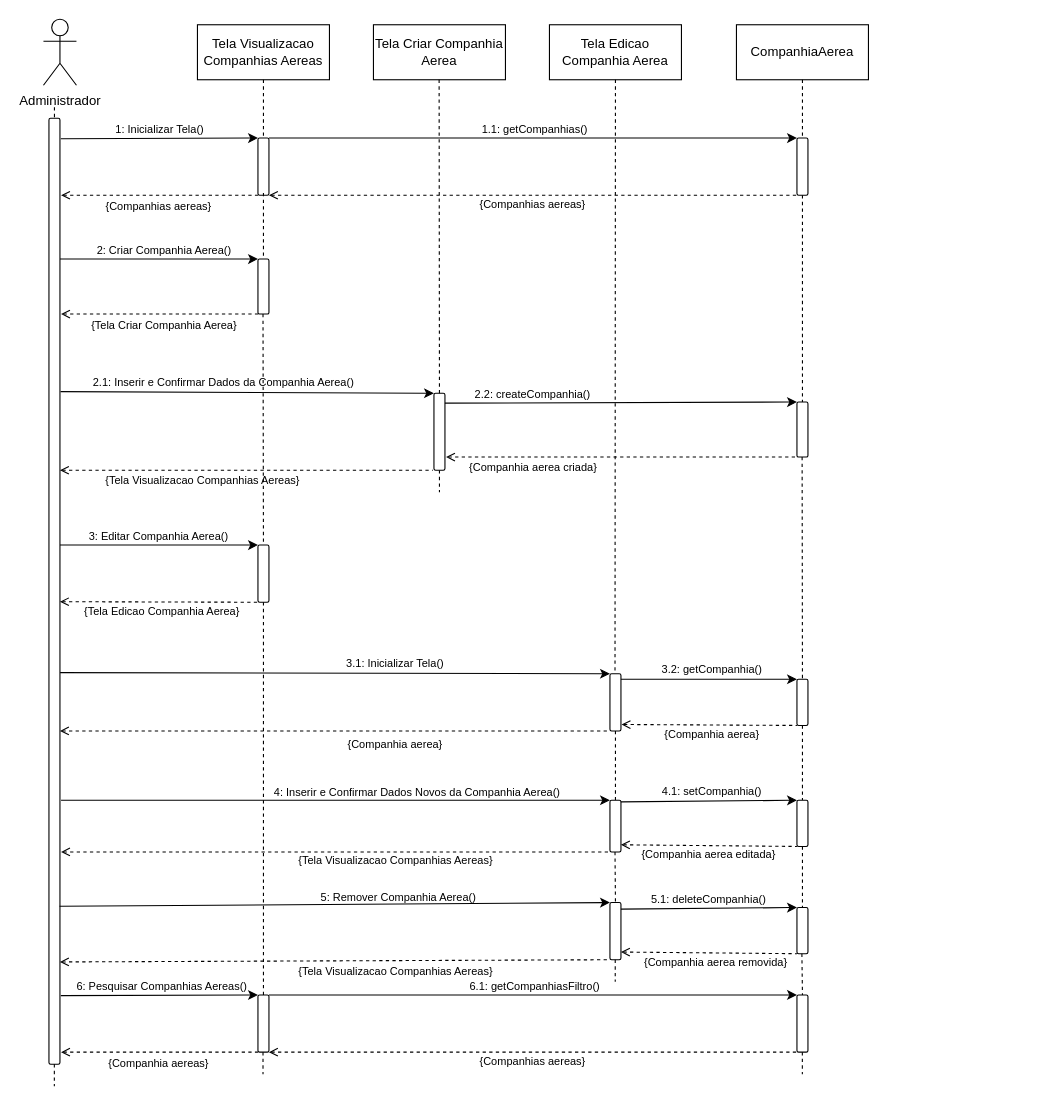
GabrielGMori/trabalho-conclus-o-ano keeps this draw.io diagram as Diagramas/Eng_de_Software/Modelos/Sequencia/Manter_Companhias_Aereas.drawio. Above is the earlier version. Source tidied: cells renumbered, new cells numbered last; positions are measured from the earlier drawing's top-left corner, leaving out a move shared by most shapes. Both pictures are drawn from the tidied source at 110%, with x=0, y=0 at pixel (43, 19).
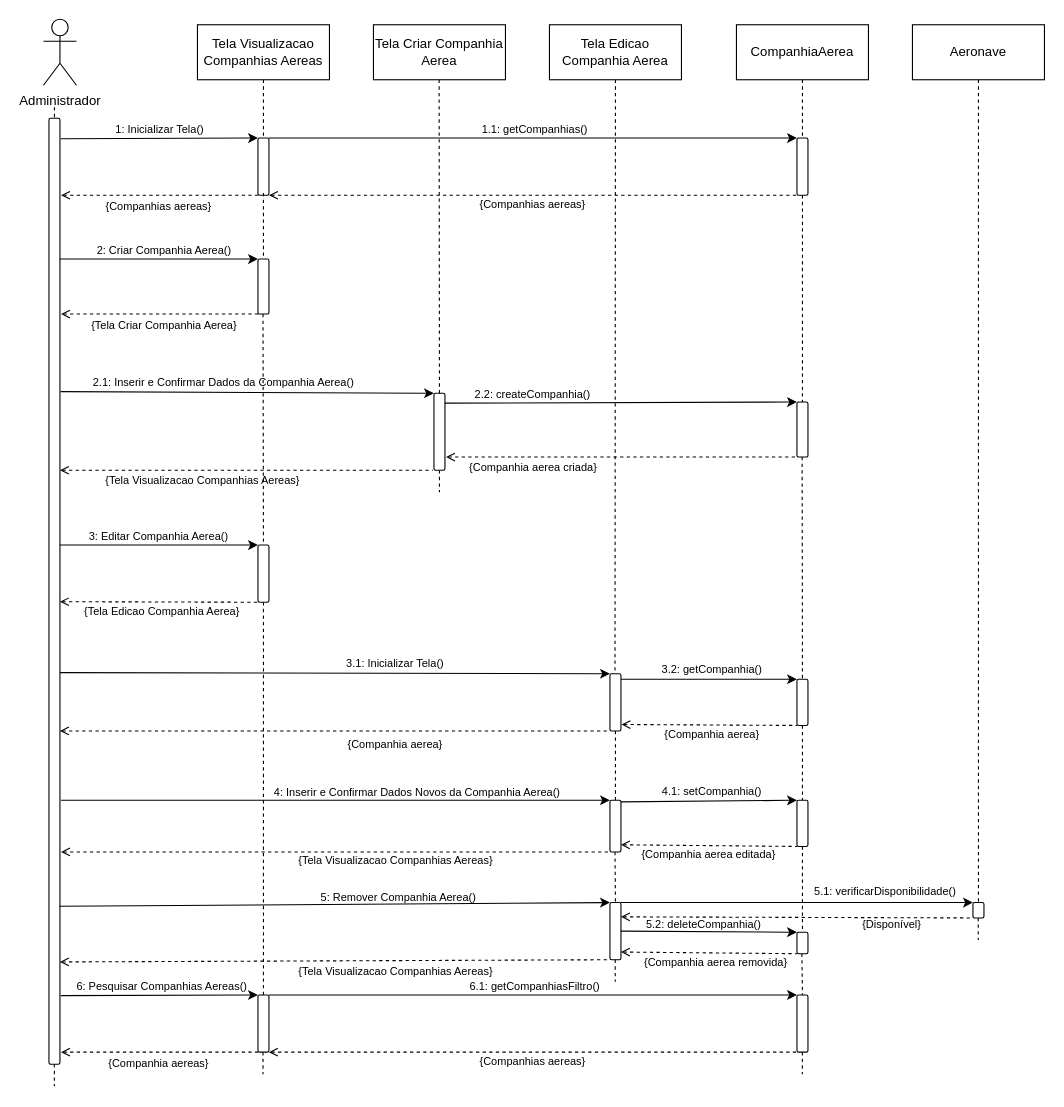
Above is the later version.

The change refers to these unchanged cells:
```xml
<mxCell id="64" style="rounded=1;whiteSpace=wrap;html=1;" parent="1" vertex="1">
  <mxGeometry x="515" y="803" width="10" height="52" as="geometry" />
</mxCell>
```

Diff of the diagram source:
```diff
@@
     <mxCell id="68" style="rounded=1;whiteSpace=wrap;html=1;" parent="1" vertex="1">
-      <mxGeometry x="685" y="807.5" width="10" height="42" as="geometry" />
+      <mxGeometry x="685" y="830" width="10" height="19.5" as="geometry" />
     </mxCell>
-    <mxCell id="69" value="&lt;font&gt;5.1: delete&lt;/font&gt;Companhia&lt;font&gt;()&lt;/font&gt;" style="text;html=1;align=center;verticalAlign=middle;whiteSpace=wrap;rounded=0;fontSize=10;" parent="1" vertex="1">
-      <mxGeometry x="525" y="789.5" width="160" height="20" as="geometry" />
+    <mxCell id="69" value="&lt;font&gt;5.2: delete&lt;/font&gt;Companhia&lt;font&gt;()&lt;/font&gt;" style="text;html=1;align=center;verticalAlign=middle;whiteSpace=wrap;rounded=0;fontSize=10;" parent="1" vertex="1">
+      <mxGeometry x="543" y="813" width="115" height="20" as="geometry" />
     </mxCell>
-    <mxCell id="70" style="endArrow=classic;html=1;rounded=0;exitX=1;exitY=0;exitDx=0;exitDy=0;entryX=0;entryY=0;entryDx=0;entryDy=0;" parent="1" edge="1" target="68">
-      <mxGeometry relative="1" as="geometry">
-        <mxPoint x="525" y="809" as="sourcePoint" />
-      </mxGeometry>
+    <mxCell id="70" style="endArrow=classic;html=1;rounded=0;exitX=1;exitY=0.5;exitDx=0;exitDy=0;entryX=0;entryY=0;entryDx=0;entryDy=0;" parent="1" edge="1" source="64" target="68">
+      <mxGeometry relative="1" as="geometry" />
     </mxCell>
@@
+    <mxCell id="99" value="Aeronave" style="rounded=0;whiteSpace=wrap;html=1;" parent="1" vertex="1">
+      <mxGeometry x="790" y="5" width="120" height="50" as="geometry" />
+    </mxCell>
+    <mxCell id="100" style="endArrow=none;dashed=1;html=1;rounded=0;exitX=0.5;exitY=1;exitDx=0;exitDy=0;entryX=0.5;entryY=0;entryDx=0;entryDy=0;" parent="1" edge="1" source="99" target="101">
+      <mxGeometry relative="1" as="geometry" />
+    </mxCell>
+    <mxCell id="101" style="rounded=1;whiteSpace=wrap;html=1;" parent="1" vertex="1">
+      <mxGeometry x="845" y="803" width="10" height="14" as="geometry" />
+    </mxCell>
+    <mxCell id="102" style="endArrow=classic;html=1;rounded=0;exitX=1;exitY=0;exitDx=0;exitDy=0;entryX=0;entryY=0;entryDx=0;entryDy=0;" parent="1" edge="1" source="64" target="101">
+      <mxGeometry relative="1" as="geometry" />
+    </mxCell>
+    <mxCell id="103" style="endArrow=none;html=1;rounded=0;entryX=0;entryY=1;entryDx=0;entryDy=0;dashed=1;endFill=0;startArrow=open;startFill=0;exitX=1;exitY=0.25;exitDx=0;exitDy=0;" parent="1" edge="1" source="64" target="101">
+      <mxGeometry relative="1" as="geometry" />
+    </mxCell>
+    <mxCell id="104" value="{Disponível}" style="text;html=1;align=center;verticalAlign=middle;whiteSpace=wrap;rounded=0;fontSize=10;" parent="1" vertex="1">
+      <mxGeometry x="698" y="813" width="147" height="20" as="geometry" />
+    </mxCell>
+    <mxCell id="105" value="&lt;font&gt;5.1: verificarDisponibilidade&lt;/font&gt;&lt;font&gt;()&lt;/font&gt;" style="text;html=1;align=center;verticalAlign=middle;whiteSpace=wrap;rounded=0;fontSize=10;" parent="1" vertex="1">
+      <mxGeometry x="696" y="783" width="139" height="20" as="geometry" />
+    </mxCell>
+    <mxCell id="106" style="endArrow=none;dashed=1;html=1;rounded=0;exitX=0.5;exitY=1;exitDx=0;exitDy=0;" parent="1" edge="1">
+      <mxGeometry relative="1" as="geometry">
+        <mxPoint x="849.8" y="817" as="sourcePoint" />
+        <mxPoint x="849.8" y="837" as="targetPoint" />
+      </mxGeometry>
+    </mxCell>
```
